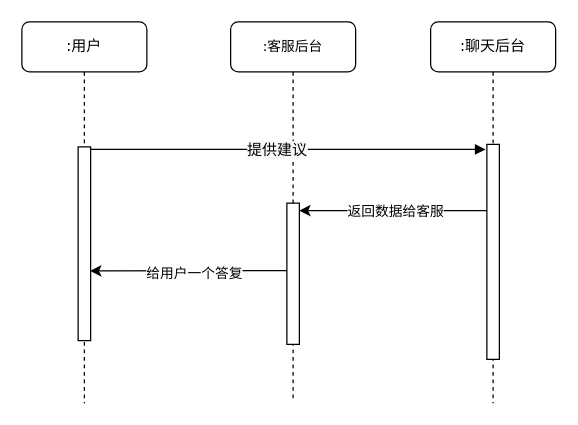
200928/image keeps this draw.io diagram as 退货协商顺序图.drawio. Above is the earlier version. Source tidied: cells renumbered, new cells numbered last; positions are measured from the earlier drawing's top-left corner, leaving out a move shared by most shapes. Both pictures are drawn from the tidied source at 125%, with x=0, y=0 at pixel (21, 21).
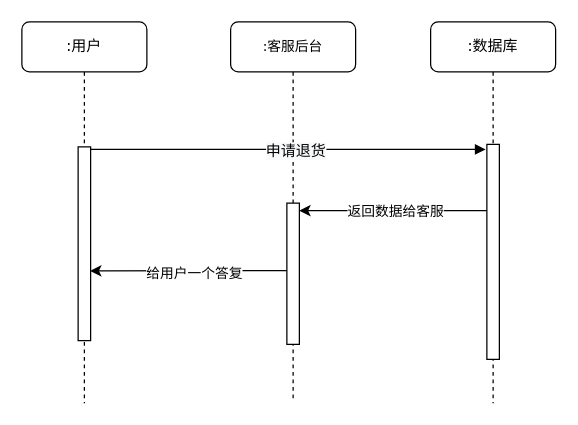
Above is the later version.

Commit message (it also covers changes not shown here):
更新退货协商顺序图.drawio

Unchanged cells that the change refers to:
```xml
<mxCell id="8" style="html=1;verticalAlign=bottom;endArrow=block;labelBackgroundColor=none;fontFamily=Verdana;fontSize=12;edgeStyle=elbowEdgeStyle;elbow=vertical;" parent="1" edge="1">
  <mxGeometry x="-0.03" y="-57" relative="1" as="geometry">
    <mxPoint x="55" y="102" as="sourcePoint" />
    <mxPoint x="371" y="102" as="targetPoint" />
  </mxGeometry>
</mxCell>
```

The edit, as a diff of the source:
```diff
@@
-    <mxCell id="4" value=":聊天后台" style="shape=umlLifeline;perimeter=lifelinePerimeter;whiteSpace=wrap;html=1;rounded=1;shadow=0;comic=0;labelBackgroundColor=none;strokeWidth=1;fontFamily=Verdana;fontSize=12;align=center;" parent="1" vertex="1">
+    <mxCell id="4" value=":数据库" style="shape=umlLifeline;perimeter=lifelinePerimeter;whiteSpace=wrap;html=1;rounded=1;shadow=0;comic=0;labelBackgroundColor=none;strokeWidth=1;fontFamily=Verdana;fontSize=12;align=center;" parent="1" vertex="1">
       <mxGeometry x="327" width="100" height="305" as="geometry" />
     </mxCell>
@@
-    <mxCell id="9" value="&lt;span style=&quot;font-family: &amp;#34;verdana&amp;#34; ; font-size: 12px ; background-color: rgb(248 , 249 , 250)&quot;&gt;提供建议&lt;/span&gt;" style="edgeLabel;html=1;align=center;verticalAlign=middle;" parent="8" vertex="1">
+    <mxCell id="9" value="&lt;span style=&quot;font-family: &amp;#34;verdana&amp;#34; ; font-size: 12px ; background-color: rgb(248 , 249 , 250)&quot;&gt;申请退货&lt;/span&gt;" style="edgeLabel;html=1;align=center;verticalAlign=middle;" parent="8" vertex="1">
       <mxGeometry x="-0.18" y="-2" relative="1" as="geometry">
-        <mxPoint x="18" y="-2" as="offset" />
+        <mxPoint x="33" y="-1" as="offset" />
       </mxGeometry>
     </mxCell>
```
